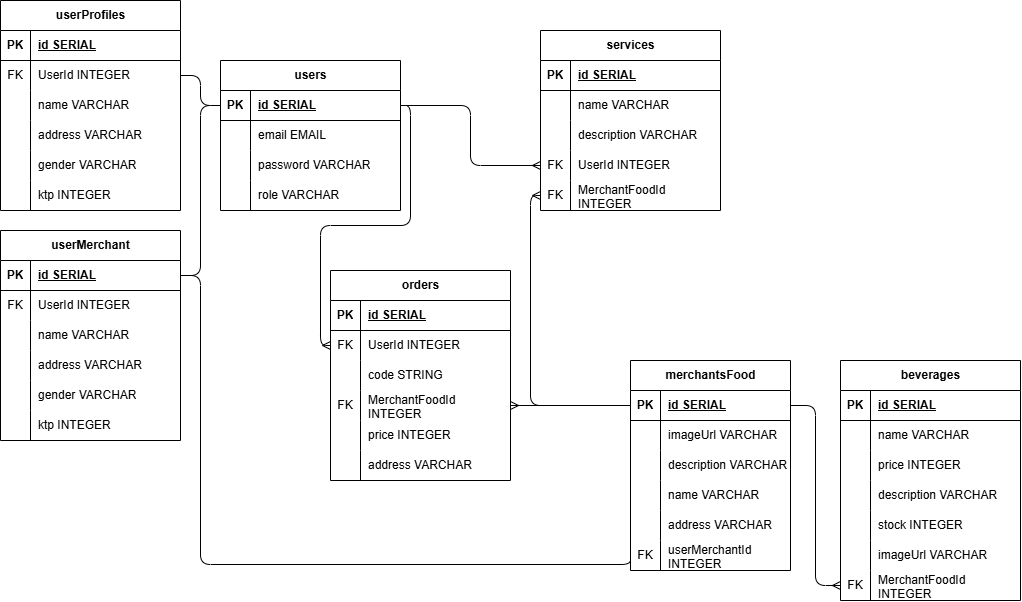
Earlier version of the draw.io export project.drawio.png (aflahhaqy/pair-project-phase1). Source tidied: cells renumbered, new cells last; positions are measured from the earlier drawing's top-left corner, leaving out a move shared by most shapes.
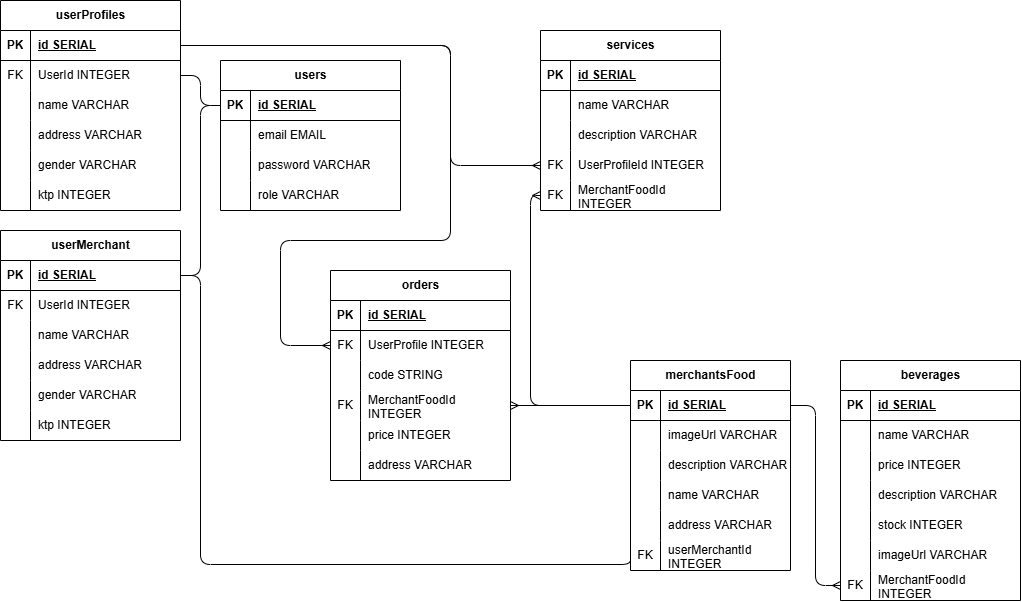
The same file after the commit.

What changed in the source:
```diff
@@ -191,7 +191,7 @@
     <mxCell id="64" value="FK" style="shape=partialRectangle;fillColor=none;top=0;left=0;bottom=0;right=0;overflow=hidden;whiteSpace=wrap;html=1;" parent="63" vertex="1">
       <mxGeometry width="30" height="30" as="geometry" />
     </mxCell>
-    <mxCell id="65" value="UserId INTEGER" style="shape=partialRectangle;fillColor=none;top=0;left=0;bottom=0;right=0;align=left;spacingLeft=6;overflow=hidden;whiteSpace=wrap;html=1;" parent="63" vertex="1">
+    <mxCell id="65" value="UserProfileId INTEGER" style="shape=partialRectangle;fillColor=none;top=0;left=0;bottom=0;right=0;align=left;spacingLeft=6;overflow=hidden;whiteSpace=wrap;html=1;" parent="63" vertex="1">
       <mxGeometry x="30" width="150" height="30" as="geometry" />
     </mxCell>
     <mxCell id="66" style="shape=tableRow;horizontal=0;startSize=0;swimlaneHead=0;swimlaneBody=0;fillColor=none;points=[[0,0.5],[1,0.5]];portConstraint=eastwest;top=0;left=0;right=0;bottom=0;" parent="53" vertex="1">
@@ -221,7 +221,7 @@
     <mxCell id="74" value="FK" style="shape=partialRectangle;fillColor=none;top=0;left=0;bottom=0;right=0;overflow=hidden;whiteSpace=wrap;html=1;" parent="73" vertex="1">
       <mxGeometry width="30" height="30" as="geometry" />
     </mxCell>
-    <mxCell id="75" value="UserId INTEGER" style="shape=partialRectangle;fillColor=none;top=0;left=0;bottom=0;right=0;align=left;spacingLeft=6;overflow=hidden;whiteSpace=wrap;html=1;" parent="73" vertex="1">
+    <mxCell id="75" value="UserProfile INTEGER" style="shape=partialRectangle;fillColor=none;top=0;left=0;bottom=0;right=0;align=left;spacingLeft=6;overflow=hidden;whiteSpace=wrap;html=1;" parent="73" vertex="1">
       <mxGeometry x="30" width="150" height="30" as="geometry" />
     </mxCell>
     <mxCell id="76" style="shape=tableRow;horizontal=0;startSize=0;swimlaneHead=0;swimlaneBody=0;fillColor=none;top=0;left=0;right=0;bottom=0;" parent="69" vertex="1">
@@ -263,16 +263,28 @@
     <mxCell id="88" style="edgeStyle=orthogonalEdgeStyle;html=1;entryX=1;entryY=0.5;entryDx=0;entryDy=0;endArrow=none;endFill=0;" parent="1" edge="1" source="3" target="19">
       <mxGeometry relative="1" as="geometry" />
     </mxCell>
-    <mxCell id="89" style="edgeStyle=orthogonalEdgeStyle;html=1;entryX=0;entryY=0.5;entryDx=0;entryDy=0;endArrow=ERmany;endFill=0;" parent="1" edge="1" source="3" target="73">
-      <mxGeometry relative="1" as="geometry" />
+    <mxCell id="89" style="edgeStyle=orthogonalEdgeStyle;html=1;entryX=0;entryY=0.5;entryDx=0;entryDy=0;endArrow=ERmany;endFill=0;exitX=1;exitY=0.5;exitDx=0;exitDy=0;" parent="1" edge="1" source="16" target="73">
+      <mxGeometry relative="1" as="geometry">
+        <Array as="points">
+          <mxPoint x="450" y="45" />
+          <mxPoint x="450" y="240" />
+          <mxPoint x="280" y="240" />
+          <mxPoint x="280" y="345" />
+        </Array>
+      </mxGeometry>
     </mxCell>
     <mxCell id="90" style="edgeStyle=orthogonalEdgeStyle;html=1;endArrow=ERmany;endFill=0;" parent="1" edge="1" source="35">
       <mxGeometry relative="1" as="geometry">
         <mxPoint x="510" y="405" as="targetPoint" />
       </mxGeometry>
     </mxCell>
-    <mxCell id="91" style="edgeStyle=orthogonalEdgeStyle;html=1;entryX=0;entryY=0.5;entryDx=0;entryDy=0;endArrow=ERmany;endFill=0;" parent="1" edge="1" source="3" target="63">
-      <mxGeometry relative="1" as="geometry" />
+    <mxCell id="91" style="edgeStyle=orthogonalEdgeStyle;html=1;entryX=0;entryY=0.5;entryDx=0;entryDy=0;endArrow=ERmany;endFill=0;exitX=1;exitY=0.5;exitDx=0;exitDy=0;" parent="1" edge="1" source="16" target="63">
+      <mxGeometry relative="1" as="geometry">
+        <Array as="points">
+          <mxPoint x="450" y="45" />
+          <mxPoint x="450" y="165" />
+        </Array>
+      </mxGeometry>
     </mxCell>
     <mxCell id="92" style="edgeStyle=orthogonalEdgeStyle;html=1;entryX=0;entryY=0.5;entryDx=0;entryDy=0;endArrow=ERmany;endFill=0;" parent="1" edge="1" source="35" target="66">
       <mxGeometry relative="1" as="geometry" />
```
